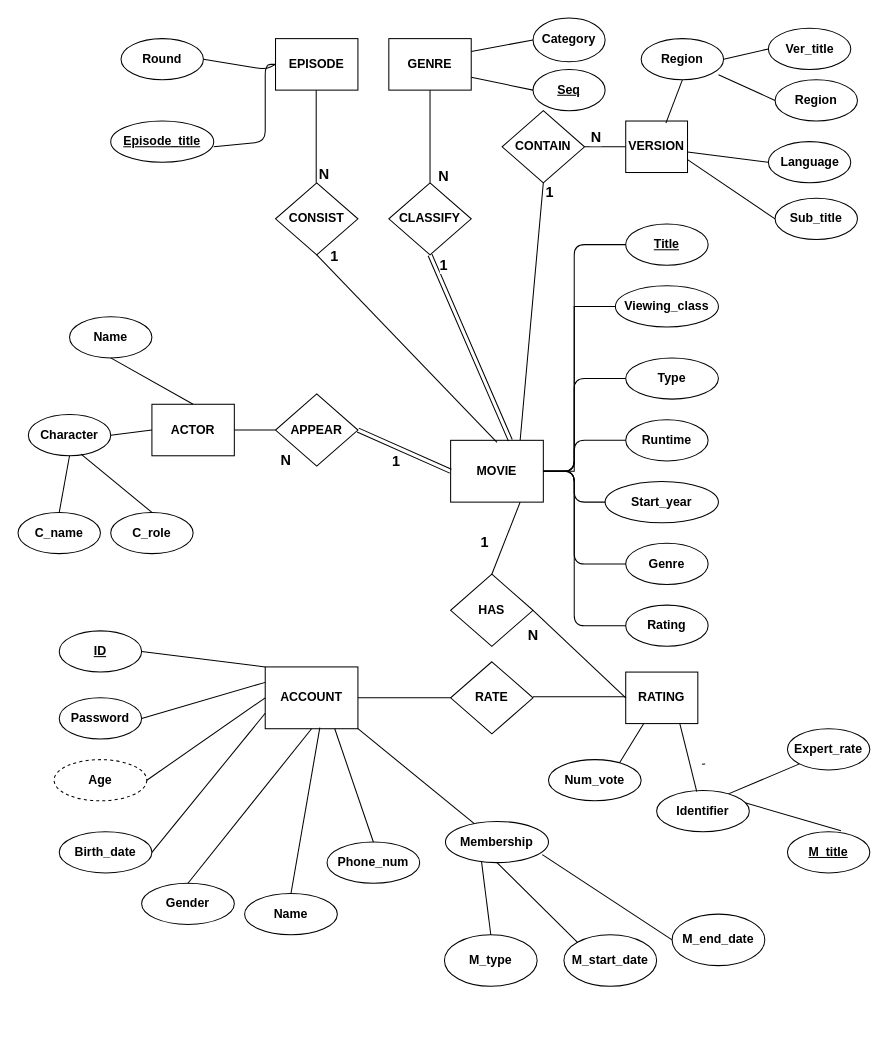
The draw.io diagram Phase2/other_files/Updated Phase1.drawio in now-water/COMP322002_Team13, before the edit. Source tidied: cells renumbered, new cells numbered last; positions are measured from the earlier drawing's top-left corner, leaving out a move shared by most shapes. Both pictures are drawn from the tidied source at 103%, with x=0, y=0 at pixel (18, 18).
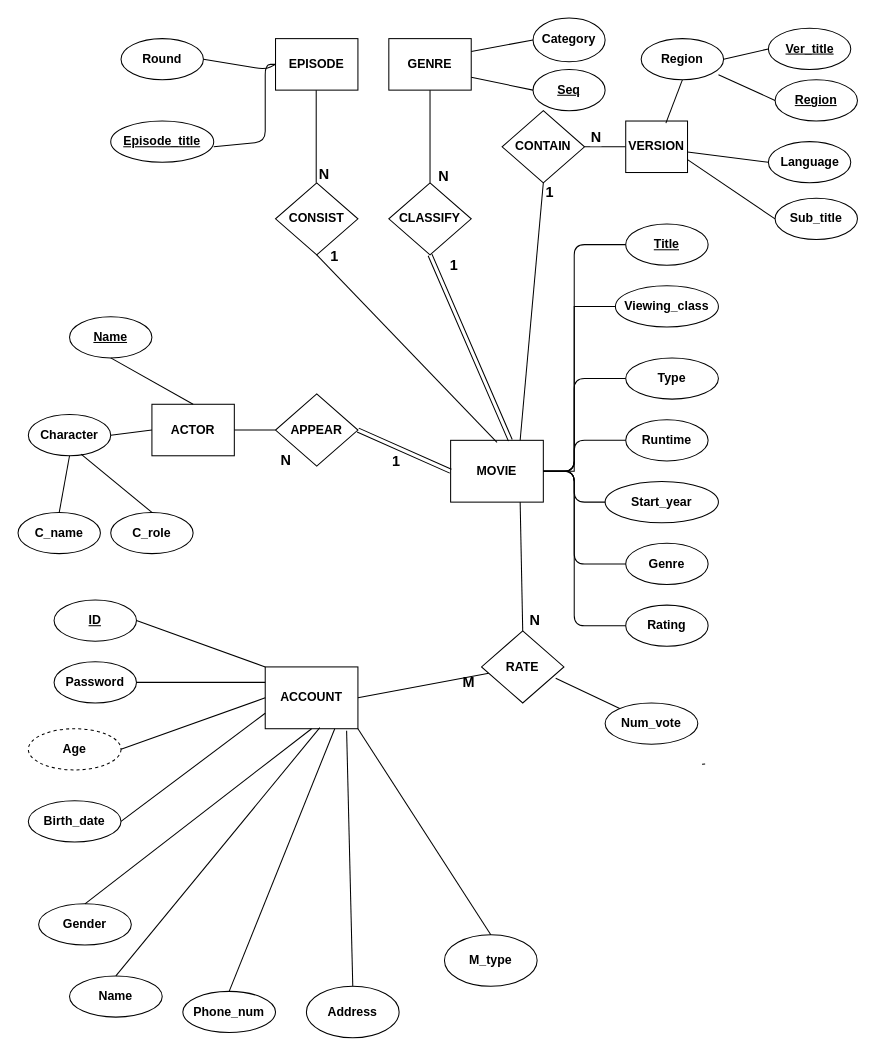
After the change.

Commit message:
Updated phase1-ER digram

Unchanged cells that the change refers to:
```xml
<mxCell id="2" value="MOVIE" style="rounded=0;whiteSpace=wrap;html=1;fontSize=12;fontStyle=1;" parent="1" vertex="1">
  <mxGeometry x="420" y="410" width="90" height="60" as="geometry" />
</mxCell>
<mxCell id="65" value="M_type" style="ellipse;whiteSpace=wrap;html=1;fontSize=12;fontStyle=1;" parent="1" vertex="1">
  <mxGeometry x="414" y="890" width="90" height="50" as="geometry" />
</mxCell>
<mxCell id="71" value="ACCOUNT" style="rounded=0;whiteSpace=wrap;html=1;fontSize=12;fontStyle=1;" parent="1" vertex="1">
  <mxGeometry x="240" y="630" width="90" height="60" as="geometry" />
</mxCell>
```

Change to the diagram source:
```diff
@@
-    <mxCell id="20" value="Region" style="ellipse;whiteSpace=wrap;html=1;fontSize=12;fontStyle=1;" parent="1" vertex="1">
+    <mxCell id="20" value="Region" style="ellipse;whiteSpace=wrap;html=1;fontSize=12;fontStyle=5;" parent="1" vertex="1">
       <mxGeometry x="735" y="60" width="80" height="40" as="geometry" />
     </mxCell>
@@
-    <mxCell id="23" value="Ver_title" style="ellipse;whiteSpace=wrap;html=1;fontSize=12;fontStyle=1;" parent="1" vertex="1">
+    <mxCell id="23" value="Ver_title" style="ellipse;whiteSpace=wrap;html=1;fontSize=12;fontStyle=5;" parent="1" vertex="1">
       <mxGeometry x="728.5" y="10" width="80" height="40" as="geometry" />
     </mxCell>
@@
-    <mxCell id="28" value="HAS" style="rhombus;whiteSpace=wrap;html=1;fontSize=12;fontStyle=1;" parent="1" vertex="1">
-      <mxGeometry x="420" y="540" width="80" height="70" as="geometry" />
-    </mxCell>
-    <mxCell id="29" style="endArrow=none;html=1;entryX=0.75;entryY=1;entryDx=0;entryDy=0;exitX=0.5;exitY=0;exitDx=0;exitDy=0;fontSize=12;fontStyle=1;" parent="1" edge="1" source="28" target="2">
-      <mxGeometry relative="1" as="geometry" />
-    </mxCell>
-    <mxCell id="30" value="RATING" style="rounded=0;whiteSpace=wrap;html=1;fontSize=12;fontStyle=1;" parent="1" vertex="1">
-      <mxGeometry x="590" y="635" width="70" height="50" as="geometry" />
-    </mxCell>
-    <mxCell id="31" value="M_title" style="ellipse;whiteSpace=wrap;html=1;fontStyle=5;fontSize=12;" parent="1" vertex="1">
-      <mxGeometry x="747" y="790" width="80" height="40" as="geometry" />
-    </mxCell>
-    <mxCell id="32" value="Expert_rate" style="ellipse;whiteSpace=wrap;html=1;fontSize=12;fontStyle=1;" parent="1" vertex="1">
-      <mxGeometry x="747" y="690" width="80" height="40" as="geometry" />
-    </mxCell>
     <mxCell id="33" value="Num_vote" style="ellipse;whiteSpace=wrap;html=1;fontSize=12;fontStyle=1;" parent="1" vertex="1">
-      <mxGeometry x="515" y="720" width="90" height="40" as="geometry" />
+      <mxGeometry x="570" y="665" width="90" height="40" as="geometry" />
     </mxCell>
-    <mxCell id="34" style="endArrow=none;html=1;exitX=0.5;exitY=0;exitDx=0;exitDy=0;entryX=0.65;entryY=-0.025;entryDx=0;entryDy=0;fontSize=12;fontStyle=1;entryPerimeter=0;" parent="1" edge="1" source="99" target="31">
-      <mxGeometry relative="1" as="geometry" />
-    </mxCell>
-    <mxCell id="35" style="endArrow=none;html=1;entryX=0;entryY=1;entryDx=0;entryDy=0;exitX=0.756;exitY=0.1;exitDx=0;exitDy=0;fontSize=12;fontStyle=1;exitPerimeter=0;" parent="1" edge="1" source="99" target="32">
-      <mxGeometry relative="1" as="geometry" />
-    </mxCell>
-    <mxCell id="36" style="endArrow=none;html=1;fontSize=12;fontStyle=1;entryX=0.767;entryY=0.075;entryDx=0;entryDy=0;entryPerimeter=0;exitX=0.25;exitY=1;exitDx=0;exitDy=0;" parent="1" edge="1" source="30" target="33">
-      <mxGeometry relative="1" as="geometry" />
-    </mxCell>
-    <mxCell id="37" style="endArrow=none;html=1;exitX=1;exitY=0.5;exitDx=0;exitDy=0;entryX=0;entryY=0.5;entryDx=0;entryDy=0;fontSize=12;fontStyle=1;" parent="1" edge="1" source="28" target="30">
-      <mxGeometry relative="1" as="geometry" />
-    </mxCell>
@@
-    <mxCell id="56" value="Name" style="ellipse;whiteSpace=wrap;html=1;fontSize=12;fontStyle=1;" parent="1" vertex="1">
+    <mxCell id="56" value="Name" style="ellipse;whiteSpace=wrap;html=1;fontSize=12;fontStyle=5;" parent="1" vertex="1">
       <mxGeometry x="50" y="290" width="80" height="40" as="geometry" />
     </mxCell>
@@
-    <mxCell id="64" value="Membership" style="ellipse;whiteSpace=wrap;html=1;fontSize=12;fontStyle=1;" parent="1" vertex="1">
-      <mxGeometry x="415" y="780" width="100" height="40" as="geometry" />
-    </mxCell>
@@
-    <mxCell id="66" value="M_end_date" style="ellipse;whiteSpace=wrap;html=1;fontSize=12;fontStyle=1;" parent="1" vertex="1">
-      <mxGeometry x="635" y="870" width="90" height="50" as="geometry" />
-    </mxCell>
-    <mxCell id="67" value="M_start_date" style="ellipse;whiteSpace=wrap;html=1;fontSize=12;fontStyle=1;" parent="1" vertex="1">
-      <mxGeometry x="530" y="890" width="90" height="50" as="geometry" />
-    </mxCell>
-    <mxCell id="68" style="endArrow=none;html=1;exitX=0.5;exitY=0;exitDx=0;exitDy=0;fontSize=12;fontStyle=1;entryX=0.35;entryY=0.975;entryDx=0;entryDy=0;entryPerimeter=0;" parent="1" edge="1" source="65" target="64">
+    <mxCell id="68" style="endArrow=none;html=1;exitX=0.5;exitY=0;exitDx=0;exitDy=0;fontSize=12;fontStyle=1;entryX=1;entryY=1;entryDx=0;entryDy=0;" parent="1" edge="1" source="65" target="71">
       <mxGeometry relative="1" as="geometry" />
     </mxCell>
-    <mxCell id="69" style="endArrow=none;html=1;exitX=0;exitY=0;exitDx=0;exitDy=0;entryX=0.5;entryY=1;entryDx=0;entryDy=0;fontSize=12;fontStyle=1;" parent="1" edge="1" source="67" target="64">
-      <mxGeometry relative="1" as="geometry" />
-    </mxCell>
-    <mxCell id="70" style="endArrow=none;html=1;exitX=0;exitY=0.5;exitDx=0;exitDy=0;entryX=0.94;entryY=0.805;entryDx=0;entryDy=0;entryPerimeter=0;fontSize=12;fontStyle=1;" parent="1" edge="1" source="66" target="64">
-      <mxGeometry relative="1" as="geometry" />
-    </mxCell>
@@
     <mxCell id="72" value="ID" style="ellipse;whiteSpace=wrap;html=1;fontStyle=5;fontSize=12;" parent="1" vertex="1">
-      <mxGeometry x="40" y="595" width="80" height="40" as="geometry" />
+      <mxGeometry x="35" y="565" width="80" height="40" as="geometry" />
     </mxCell>
     <mxCell id="73" value="Password" style="ellipse;whiteSpace=wrap;html=1;fontSize=12;fontStyle=1;" parent="1" vertex="1">
-      <mxGeometry x="40" y="660" width="80" height="40" as="geometry" />
+      <mxGeometry x="35" y="625" width="80" height="40" as="geometry" />
     </mxCell>
     <mxCell id="74" value="Age" style="ellipse;whiteSpace=wrap;html=1;fontSize=12;fontStyle=1;dashed=1;" parent="1" vertex="1">
-      <mxGeometry x="35" y="720" width="90" height="40" as="geometry" />
+      <mxGeometry x="10" y="690" width="90" height="40" as="geometry" />
     </mxCell>
     <mxCell id="75" value="Gender" style="ellipse;whiteSpace=wrap;html=1;fontSize=12;fontStyle=1;" parent="1" vertex="1">
-      <mxGeometry x="120" y="840" width="90" height="40" as="geometry" />
+      <mxGeometry x="20" y="860" width="90" height="40" as="geometry" />
     </mxCell>
     <mxCell id="76" value="Birth_date" style="ellipse;whiteSpace=wrap;html=1;fontSize=12;fontStyle=1;" parent="1" vertex="1">
-      <mxGeometry x="40" y="790" width="90" height="40" as="geometry" />
+      <mxGeometry x="10" y="760" width="90" height="40" as="geometry" />
     </mxCell>
     <mxCell id="77" value="Name" style="ellipse;whiteSpace=wrap;html=1;fontSize=12;fontStyle=1;" parent="1" vertex="1">
-      <mxGeometry x="220" y="850" width="90" height="40" as="geometry" />
+      <mxGeometry x="50" y="930" width="90" height="40" as="geometry" />
     </mxCell>
     <mxCell id="78" value="Phone_num" style="ellipse;whiteSpace=wrap;html=1;fontSize=12;fontStyle=1;" parent="1" vertex="1">
-      <mxGeometry x="300" y="800" width="90" height="40" as="geometry" />
+      <mxGeometry x="160" y="945" width="90" height="40" as="geometry" />
     </mxCell>
@@
     <mxCell id="87" value="1" style="edgeLabel;html=1;align=center;verticalAlign=middle;fontSize=14;fontStyle=1;" parent="1" vertex="1">
-      <mxGeometry x="490" y="195" as="geometry">
+      <mxGeometry x="500" y="195" as="geometry">
         <mxPoint x="-78" y="44" as="offset" />
       </mxGeometry>
     </mxCell>
@@
-    <mxCell id="93" value="1" style="edgeLabel;html=1;align=center;verticalAlign=middle;fontSize=14;fontStyle=1;" parent="1" vertex="1">
-      <mxGeometry x="768.5" y="390" as="geometry">
-        <mxPoint x="-316" y="118" as="offset" />
-      </mxGeometry>
-    </mxCell>
-    <mxCell id="94" value="N" style="edgeLabel;html=1;align=center;verticalAlign=middle;fontSize=14;fontStyle=1;" parent="1" vertex="1">
-      <mxGeometry x="815" y="480" as="geometry">
-        <mxPoint x="-316" y="118" as="offset" />
-      </mxGeometry>
-    </mxCell>
@@
-    <mxCell id="99" value="Identifier" style="ellipse;whiteSpace=wrap;html=1;fontSize=12;fontStyle=1;" parent="1" vertex="1">
-      <mxGeometry x="620" y="750" width="90" height="40" as="geometry" />
-    </mxCell>
-    <mxCell id="100" style="endArrow=none;html=1;entryX=0.433;entryY=0.025;entryDx=0;entryDy=0;exitX=0.75;exitY=1;exitDx=0;exitDy=0;entryPerimeter=0;" parent="1" edge="1" source="30" target="99">
-      <mxGeometry relative="1" as="geometry" />
-    </mxCell>
@@
-    <mxCell id="102" style="endArrow=none;html=1;entryX=1;entryY=1;entryDx=0;entryDy=0;" parent="1" edge="1" source="64" target="71">
-      <mxGeometry relative="1" as="geometry" />
-    </mxCell>
@@
     <mxCell id="106" value="RATE" style="rhombus;whiteSpace=wrap;html=1;fontSize=12;fontStyle=1;" parent="1" vertex="1">
-      <mxGeometry x="420" y="625" width="80" height="70" as="geometry" />
+      <mxGeometry x="450" y="595" width="80" height="70" as="geometry" />
     </mxCell>
-    <mxCell id="107" style="endArrow=none;html=1;exitX=1;exitY=0.5;exitDx=0;exitDy=0;" parent="1" edge="1">
-      <mxGeometry relative="1" as="geometry">
-        <mxPoint x="500" y="659" as="sourcePoint" />
-        <mxPoint x="590" y="659" as="targetPoint" />
-      </mxGeometry>
-    </mxCell>
+    <mxCell id="108" value="&lt;div&gt;Address&lt;/div&gt;" style="ellipse;whiteSpace=wrap;html=1;fontSize=12;fontStyle=1;" parent="1" vertex="1">
+      <mxGeometry x="280" y="940" width="90" height="50" as="geometry" />
+    </mxCell>
+    <mxCell id="109" style="endArrow=none;html=1;entryX=0.878;entryY=1.033;entryDx=0;entryDy=0;entryPerimeter=0;exitX=0.5;exitY=0;exitDx=0;exitDy=0;" parent="1" edge="1" source="108" target="71">
+      <mxGeometry relative="1" as="geometry" />
+    </mxCell>
+    <mxCell id="110" value="M" style="text;whiteSpace=wrap;html=1;fontSize=14;fontStyle=1;" parent="1" vertex="1">
+      <mxGeometry x="430" y="630" width="30" height="30" as="geometry" />
+    </mxCell>
+    <mxCell id="94" value="N" style="text;whiteSpace=wrap;html=1;fontSize=14;fontStyle=1;" parent="1" vertex="1">
+      <mxGeometry x="495" y="570" width="30" height="30" as="geometry" />
+    </mxCell>
+    <mxCell id="111" style="endArrow=none;html=1;fontSize=14;exitX=0.5;exitY=0;exitDx=0;exitDy=0;entryX=0.75;entryY=1;entryDx=0;entryDy=0;" parent="1" edge="1" source="106" target="2">
+      <mxGeometry relative="1" as="geometry" />
+    </mxCell>
+    <mxCell id="112" style="endArrow=none;html=1;fontSize=14;entryX=0.9;entryY=0.657;entryDx=0;entryDy=0;entryPerimeter=0;" parent="1" edge="1" source="33" target="106">
+      <mxGeometry relative="1" as="geometry" />
+    </mxCell>
```
